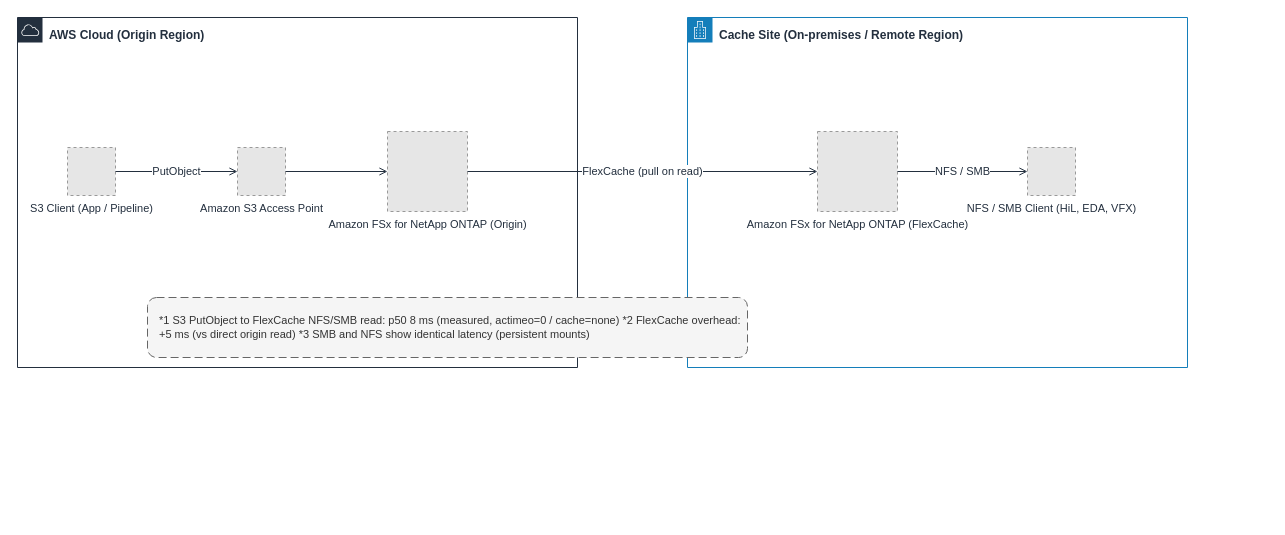
Before: docs/_assets/diagrams/s3burst-architecture-overview-en.drawio in Yoshiki0705/S3-Burst-on-ONTAP-Files, a draw.io diagram. Source tidied: cells renumbered, new cells numbered last; positions are measured from the earlier drawing's top-left corner, leaving out a move shared by most shapes. Both pictures are drawn from the tidied source at 100%, with x=0, y=0 at pixel (17, 17). Pictures stored in the file or linked from it are replaced by grey dashed boxes.
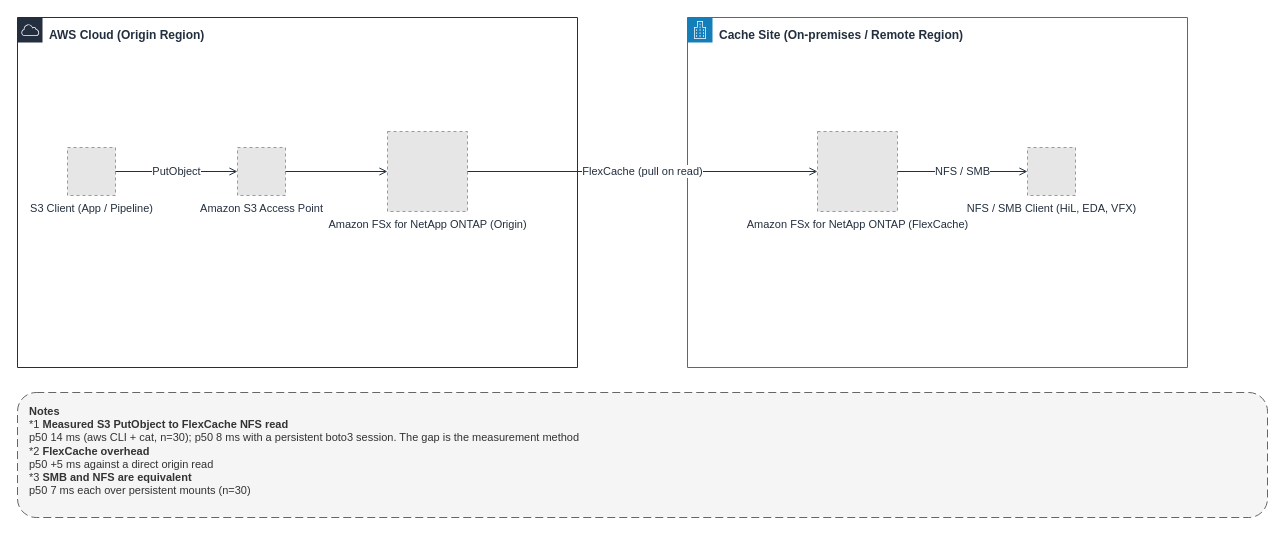
The same diagram, later.

The edit, as a diff of the source:
```diff
@@
 <mxGraphModel>
   <root>
     <mxCell id="0" />
     <mxCell id="1" parent="0" />
     <mxCell id="2" value="AWS Cloud (Origin Region)" style="gradientColor=none;html=1;whiteSpace=wrap;fontSize=12;fontStyle=1;fontColor=#232F3E;shape=mxgraph.aws4.group;grIcon=mxgraph.aws4.group_aws_cloud;strokeColor=#232F3E;fillColor=none;verticalAlign=top;align=left;spacingLeft=30;spacingTop=4;dashed=0;" parent="1" vertex="1">
       <mxGeometry width="560" height="350" as="geometry" />
     </mxCell>
     <mxCell id="3" value="Cache Site (On-premises / Remote Region)" style="gradientColor=none;html=1;whiteSpace=wrap;fontSize=12;fontStyle=1;fontColor=#232F3E;shape=mxgraph.aws4.group;grIcon=mxgraph.aws4.group_corporate_data_center;strokeColor=#147EBA;fillColor=none;verticalAlign=top;align=left;spacingLeft=30;spacingTop=4;dashed=0;" parent="1" vertex="1">
       <mxGeometry x="670" width="500" height="350" as="geometry" />
     </mxCell>
     <mxCell id="4" value="S3 Client (App / Pipeline)" style="fillColor=#E6E6E6;strokeColor=#999999;dashed=1;html=1;verticalLabelPosition=bottom;verticalAlign=top;labelPosition=center;align=center;fontSize=11;fontColor=#232F3E;" parent="1" vertex="1">
       <mxGeometry x="50" y="130" width="48" height="48" as="geometry" />
     </mxCell>
     <mxCell id="5" value="Amazon S3 Access Point" style="fillColor=#E6E6E6;strokeColor=#999999;dashed=1;html=1;verticalLabelPosition=bottom;verticalAlign=top;labelPosition=center;align=center;fontSize=11;fontColor=#232F3E;" parent="1" vertex="1">
       <mxGeometry x="220" y="130" width="48" height="48" as="geometry" />
     </mxCell>
     <mxCell id="6" value="Amazon FSx for NetApp ONTAP (Origin)" style="fillColor=#E6E6E6;strokeColor=#999999;dashed=1;html=1;verticalLabelPosition=bottom;verticalAlign=top;labelPosition=center;align=center;fontSize=11;fontColor=#232F3E;" parent="1" vertex="1">
       <mxGeometry x="370" y="114" width="80" height="80" as="geometry" />
     </mxCell>
     <mxCell id="7" value="Amazon FSx for NetApp ONTAP (FlexCache)" style="fillColor=#E6E6E6;strokeColor=#999999;dashed=1;html=1;verticalLabelPosition=bottom;verticalAlign=top;labelPosition=center;align=center;fontSize=11;fontColor=#232F3E;" parent="1" vertex="1">
       <mxGeometry x="800" y="114" width="80" height="80" as="geometry" />
     </mxCell>
     <mxCell id="8" value="NFS / SMB Client (HiL, EDA, VFX)" style="fillColor=#E6E6E6;strokeColor=#999999;dashed=1;html=1;verticalLabelPosition=bottom;verticalAlign=top;labelPosition=center;align=center;fontSize=11;fontColor=#232F3E;" parent="1" vertex="1">
       <mxGeometry x="1010" y="130" width="48" height="48" as="geometry" />
     </mxCell>
     <mxCell id="9" value="PutObject" style="edgeStyle=orthogonalEdgeStyle;rounded=0;html=1;endArrow=open;endFill=0;strokeColor=#232F3E;strokeWidth=1;fontSize=11;fontColor=#232F3E;" parent="1" edge="1" source="4" target="5">
       <mxGeometry relative="1" as="geometry" />
     </mxCell>
     <mxCell id="10" style="edgeStyle=orthogonalEdgeStyle;rounded=0;html=1;endArrow=open;endFill=0;strokeColor=#232F3E;strokeWidth=1;fontSize=11;fontColor=#232F3E;" parent="1" edge="1" source="5" target="6">
       <mxGeometry relative="1" as="geometry" />
     </mxCell>
     <mxCell id="11" value="FlexCache (pull on read)" style="edgeStyle=orthogonalEdgeStyle;rounded=0;html=1;endArrow=open;endFill=0;strokeColor=#232F3E;strokeWidth=1;fontSize=11;fontColor=#232F3E;" parent="1" edge="1" source="6" target="7">
       <mxGeometry relative="1" as="geometry" />
     </mxCell>
     <mxCell id="12" value="NFS / SMB" style="edgeStyle=orthogonalEdgeStyle;rounded=0;html=1;endArrow=open;endFill=0;strokeColor=#232F3E;strokeWidth=1;fontSize=11;fontColor=#232F3E;" parent="1" edge="1" source="7" target="8">
       <mxGeometry relative="1" as="geometry" />
     </mxCell>
-    <mxCell id="13" value="*1 S3 PutObject to FlexCache NFS/SMB read: p50 8 ms (measured, actimeo=0 / cache=none) *2 FlexCache overhead: +5 ms (vs direct origin read) *3 SMB and NFS show identical latency (persistent mounts)" style="rounded=1;whiteSpace=wrap;html=1;dashed=1;dashPattern=8 4;strokeColor=#666666;fillColor=#F5F5F5;fontColor=#333333;fontSize=11;align=left;verticalAlign=middle;spacingLeft=10;" parent="1" vertex="1">
-      <mxGeometry x="130" y="280" width="600" height="60" as="geometry" />
+    <mxCell id="13" value="&lt;b&gt;Notes&lt;/b&gt;&lt;br&gt;*1 &lt;b&gt;Measured S3 PutObject to FlexCache NFS read&lt;/b&gt;&lt;br&gt;p50 14 ms (aws CLI + cat, n=30); p50 8 ms with a persistent boto3 session. The gap is the measurement method&lt;br&gt;*2 &lt;b&gt;FlexCache overhead&lt;/b&gt;&lt;br&gt;p50 +5 ms against a direct origin read&lt;br&gt;*3 &lt;b&gt;SMB and NFS are equivalent&lt;/b&gt;&lt;br&gt;p50 7 ms each over persistent mounts (n=30)" style="rounded=1;whiteSpace=wrap;html=1;dashed=1;dashPattern=8 4;strokeColor=#666666;fillColor=#F5F5F5;fontColor=#333333;fontSize=11;align=left;verticalAlign=top;spacingLeft=10;spacingTop=6;" parent="1" vertex="1">
+      <mxGeometry y="375" width="1250" height="125" as="geometry" />
     </mxCell>
   </root>
 </mxGraphModel>
```
